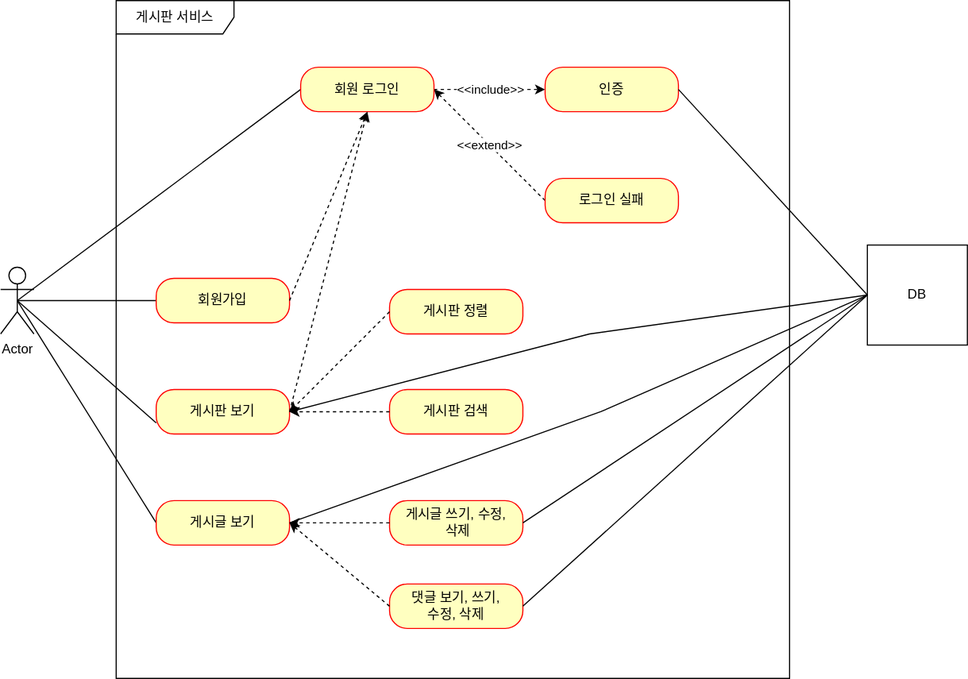
Before: document/use-case.svg, a diagram exported from draw.io (daecheolsong/board-project). Source tidied: cells renumbered, new cells last; positions are measured from the earlier drawing's top-left corner, leaving out a move shared by most shapes.
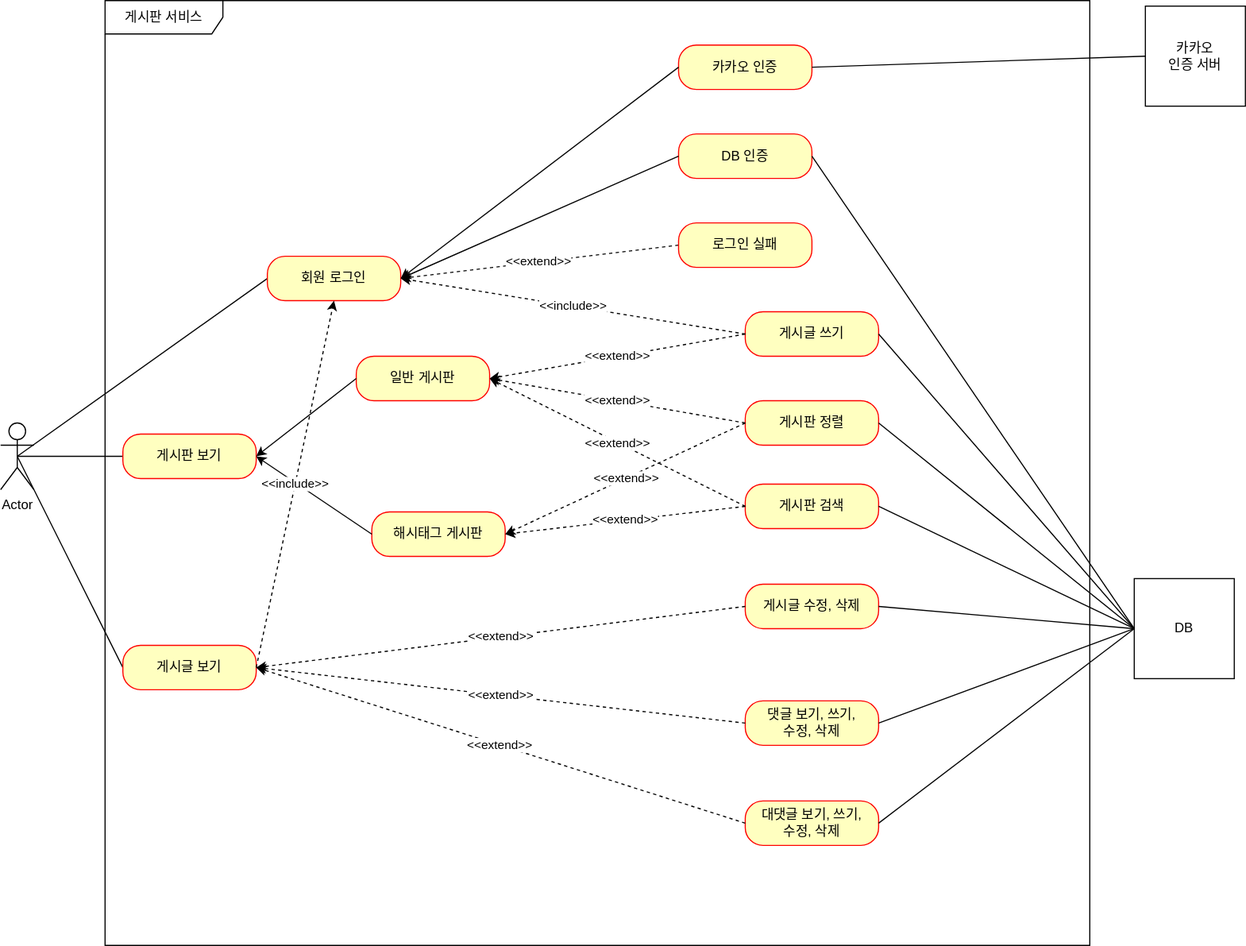
The same diagram one commit later.

Commit message:
#45 - usecase.svg: 이제까지 한것 업데이트 및 카카오  인증, 대댓글 유즈케이스 추가

What changed in the source:
```diff
@@ -2,7 +2,7 @@
   <root>
     <mxCell id="0" />
     <mxCell id="1" parent="0" />
-    <mxCell id="2" style="rounded=0;jettySize=auto;html=1;entryX=0;entryY=0.75;entryDx=0;entryDy=0;endArrow=none;endFill=0;exitX=0.5;exitY=0.5;exitDx=0;exitDy=0;exitPerimeter=0;" parent="1" edge="1" source="5" target="9">
+    <mxCell id="2" style="rounded=0;jettySize=auto;html=1;entryX=0;entryY=0.5;entryDx=0;entryDy=0;endArrow=none;endFill=0;exitX=0.5;exitY=0.5;exitDx=0;exitDy=0;exitPerimeter=0;" parent="1" edge="1" source="5" target="9">
       <mxGeometry relative="1" as="geometry" />
     </mxCell>
     <mxCell id="3" style="rounded=0;jettySize=auto;html=1;entryX=0;entryY=0.5;entryDx=0;entryDy=0;endArrow=none;endFill=0;exitX=0.5;exitY=0.5;exitDx=0;exitDy=0;exitPerimeter=0;" parent="1" edge="1" source="5" target="19">
@@ -12,93 +12,127 @@
       <mxGeometry relative="1" as="geometry" />
     </mxCell>
     <mxCell id="5" value="Actor" style="shape=umlActor;verticalLabelPosition=bottom;verticalAlign=top;html=1;outlineConnect=0;" parent="1" vertex="1">
-      <mxGeometry y="240" width="30" height="60" as="geometry" />
+      <mxGeometry x="10" y="380" width="30" height="60" as="geometry" />
     </mxCell>
     <mxCell id="6" value="게시판 서비스" style="shape=umlFrame;whiteSpace=wrap;html=1;align=center;width=106;height=30;" parent="1" vertex="1">
-      <mxGeometry x="104" width="606" height="610" as="geometry" />
+      <mxGeometry x="104" width="886" height="850" as="geometry" />
     </mxCell>
-    <mxCell id="7" style="rounded=0;jettySize=auto;html=1;verticalAlign=middle;endArrow=none;endFill=0;entryX=0.5;entryY=0.5;entryDx=0;entryDy=0;entryPerimeter=0;" parent="1" edge="1" source="8" target="5">
-      <mxGeometry relative="1" as="geometry" />
-    </mxCell>
-    <mxCell id="8" value="회원가입" style="rounded=1;whiteSpace=wrap;html=1;arcSize=40;fontColor=#000000;fillColor=#ffffc0;strokeColor=#ff0000;" parent="1" vertex="1">
-      <mxGeometry x="140" y="250" width="120" height="40" as="geometry" />
-    </mxCell>
     <mxCell id="9" value="게시판 보기" style="rounded=1;whiteSpace=wrap;html=1;arcSize=40;fontColor=#000000;fillColor=#ffffc0;strokeColor=#ff0000;" parent="1" vertex="1">
-      <mxGeometry x="140" y="350" width="120" height="40" as="geometry" />
+      <mxGeometry x="120" y="390" width="120" height="40" as="geometry" />
     </mxCell>
     <mxCell id="10" value="&amp;lt;&amp;lt;extend&amp;gt;&amp;gt;" style="rounded=0;jettySize=auto;html=1;exitX=0;exitY=0.5;exitDx=0;exitDy=0;startArrow=none;startFill=0;dashed=1;endArrow=classic;endFill=1;entryX=1;entryY=0.5;entryDx=0;entryDy=0;" parent="1" edge="1" source="11" target="13">
       <mxGeometry relative="1" as="geometry" />
     </mxCell>
     <mxCell id="11" value="로그인 실패" style="rounded=1;whiteSpace=wrap;html=1;arcSize=40;fontColor=#000000;fillColor=#ffffc0;strokeColor=#ff0000;" parent="1" vertex="1">
-      <mxGeometry x="490" y="160" width="120" height="40" as="geometry" />
+      <mxGeometry x="620" y="200" width="120" height="40" as="geometry" />
     </mxCell>
-    <mxCell id="12" value="&amp;lt;&amp;lt;include&amp;gt;&amp;gt;" style="rounded=0;jettySize=auto;html=1;exitX=1;exitY=0.5;exitDx=0;exitDy=0;entryX=0;entryY=0.5;entryDx=0;entryDy=0;endArrow=classic;endFill=1;dashed=1;" parent="1" edge="1" source="13" target="14">
-      <mxGeometry relative="1" as="geometry" />
-    </mxCell>
     <mxCell id="13" value="회원 로그인" style="rounded=1;whiteSpace=wrap;html=1;arcSize=40;fontColor=#000000;fillColor=#ffffc0;strokeColor=#ff0000;" parent="1" vertex="1">
-      <mxGeometry x="270" y="60" width="120" height="40" as="geometry" />
+      <mxGeometry x="250" y="230" width="120" height="40" as="geometry" />
     </mxCell>
-    <mxCell id="14" value="인증" style="rounded=1;whiteSpace=wrap;html=1;arcSize=40;fontColor=#000000;fillColor=#ffffc0;strokeColor=#ff0000;" parent="1" vertex="1">
-      <mxGeometry x="490" y="60" width="120" height="40" as="geometry" />
+    <mxCell id="14" value="DB 인증" style="rounded=1;whiteSpace=wrap;html=1;arcSize=40;fontColor=#000000;fillColor=#ffffc0;strokeColor=#ff0000;" parent="1" vertex="1">
+      <mxGeometry x="620" y="120" width="120" height="40" as="geometry" />
     </mxCell>
     <mxCell id="15" value="게시판 정렬" style="rounded=1;whiteSpace=wrap;html=1;arcSize=40;fontColor=#000000;fillColor=#ffffc0;strokeColor=#ff0000;" parent="1" vertex="1">
-      <mxGeometry x="350" y="260" width="120" height="40" as="geometry" />
+      <mxGeometry x="680" y="360" width="120" height="40" as="geometry" />
     </mxCell>
     <mxCell id="16" value="게시판 검색" style="rounded=1;whiteSpace=wrap;html=1;arcSize=40;fontColor=#000000;fillColor=#ffffc0;strokeColor=#ff0000;" parent="1" vertex="1">
-      <mxGeometry x="350" y="350" width="120" height="40" as="geometry" />
+      <mxGeometry x="680" y="435" width="120" height="40" as="geometry" />
     </mxCell>
-    <mxCell id="17" value="게시글 쓰기, 수정,&lt;br&gt;&amp;nbsp;삭제" style="rounded=1;whiteSpace=wrap;html=1;arcSize=40;fontColor=#000000;fillColor=#ffffc0;strokeColor=#ff0000;" parent="1" vertex="1">
-      <mxGeometry x="350" y="450" width="120" height="40" as="geometry" />
+    <mxCell id="17" value="게시글 수정, 삭제" style="rounded=1;whiteSpace=wrap;html=1;arcSize=40;fontColor=#000000;fillColor=#ffffc0;strokeColor=#ff0000;" parent="1" vertex="1">
+      <mxGeometry x="680" y="525" width="120" height="40" as="geometry" />
     </mxCell>
     <mxCell id="18" value="댓글 보기, 쓰기,&lt;br&gt;수정, 삭제" style="rounded=1;whiteSpace=wrap;html=1;arcSize=40;fontColor=#000000;fillColor=#ffffc0;strokeColor=#ff0000;" parent="1" vertex="1">
-      <mxGeometry x="350" y="525" width="120" height="40" as="geometry" />
+      <mxGeometry x="680" y="630" width="120" height="40" as="geometry" />
     </mxCell>
     <mxCell id="19" value="게시글 보기" style="rounded=1;whiteSpace=wrap;html=1;arcSize=40;fontColor=#000000;fillColor=#ffffc0;strokeColor=#ff0000;" parent="1" vertex="1">
-      <mxGeometry x="140" y="450" width="120" height="40" as="geometry" />
+      <mxGeometry x="120" y="580" width="120" height="40" as="geometry" />
     </mxCell>
-    <mxCell id="20" style="rounded=0;jettySize=auto;html=1;dashed=1;exitX=1;exitY=0.5;exitDx=0;exitDy=0;entryX=0.5;entryY=1;entryDx=0;entryDy=0;" parent="1" edge="1" source="8" target="13">
-      <mxGeometry relative="1" as="geometry" />
-    </mxCell>
-    <mxCell id="21" style="rounded=0;jettySize=auto;html=1;dashed=1;exitX=1;exitY=0.5;exitDx=0;exitDy=0;entryX=0.5;entryY=1;entryDx=0;entryDy=0;" parent="1" edge="1" source="9" target="13">
-      <mxGeometry relative="1" as="geometry" />
-    </mxCell>
-    <mxCell id="22" style="rounded=0;jettySize=auto;html=1;dashed=1;exitX=0;exitY=0.5;exitDx=0;exitDy=0;entryX=1;entryY=0.5;entryDx=0;entryDy=0;" parent="1" edge="1" source="15" target="9">
+    <mxCell id="22" value="&lt;span style=&quot;color: rgb(0, 0, 0); font-family: Helvetica; font-size: 11px; font-style: normal; font-variant-ligatures: normal; font-variant-caps: normal; font-weight: 400; letter-spacing: normal; orphans: 2; text-align: center; text-indent: 0px; text-transform: none; widows: 2; word-spacing: 0px; -webkit-text-stroke-width: 0px; background-color: rgb(255, 255, 255); text-decoration-thickness: initial; text-decoration-style: initial; text-decoration-color: initial; float: none; display: inline !important;&quot;&gt;&amp;lt;&amp;lt;extend&amp;gt;&amp;gt;&lt;/span&gt;" style="rounded=0;jettySize=auto;html=1;dashed=1;exitX=0;exitY=0.5;exitDx=0;exitDy=0;entryX=1;entryY=0.5;entryDx=0;entryDy=0;" parent="1" edge="1" source="15" target="35">
       <mxGeometry relative="1" as="geometry" />
     </mxCell>
-    <mxCell id="23" style="rounded=0;jettySize=auto;html=1;dashed=1;exitX=0;exitY=0.5;exitDx=0;exitDy=0;entryX=1;entryY=0.5;entryDx=0;entryDy=0;" parent="1" edge="1" source="16" target="9">
+    <mxCell id="23" value="&amp;lt;&amp;lt;extend&amp;gt;&amp;gt;" style="rounded=0;jettySize=auto;html=1;dashed=1;exitX=0;exitY=0.5;exitDx=0;exitDy=0;entryX=1;entryY=0.5;entryDx=0;entryDy=0;" parent="1" edge="1" source="16" target="35">
       <mxGeometry relative="1" as="geometry" />
     </mxCell>
-    <mxCell id="24" style="rounded=0;jettySize=auto;html=1;dashed=1;exitX=0;exitY=0.5;exitDx=0;exitDy=0;entryX=1;entryY=0.5;entryDx=0;entryDy=0;" parent="1" edge="1" source="17" target="19">
+    <mxCell id="24" value="&lt;span style=&quot;color: rgb(0, 0, 0); font-family: Helvetica; font-size: 11px; font-style: normal; font-variant-ligatures: normal; font-variant-caps: normal; font-weight: 400; letter-spacing: normal; orphans: 2; text-align: center; text-indent: 0px; text-transform: none; widows: 2; word-spacing: 0px; -webkit-text-stroke-width: 0px; background-color: rgb(255, 255, 255); text-decoration-thickness: initial; text-decoration-style: initial; text-decoration-color: initial; float: none; display: inline !important;&quot;&gt;&amp;lt;&amp;lt;extend&amp;gt;&amp;gt;&lt;/span&gt;" style="rounded=0;jettySize=auto;html=1;dashed=1;exitX=0;exitY=0.5;exitDx=0;exitDy=0;entryX=1;entryY=0.5;entryDx=0;entryDy=0;" parent="1" edge="1" source="17" target="19">
       <mxGeometry relative="1" as="geometry" />
     </mxCell>
-    <mxCell id="25" style="rounded=0;jettySize=auto;html=1;dashed=1;exitX=0;exitY=0.5;exitDx=0;exitDy=0;entryX=1;entryY=0.5;entryDx=0;entryDy=0;" parent="1" edge="1" source="18" target="19">
+    <mxCell id="25" value="&lt;span style=&quot;color: rgb(0, 0, 0); font-family: Helvetica; font-size: 11px; font-style: normal; font-variant-ligatures: normal; font-variant-caps: normal; font-weight: 400; letter-spacing: normal; orphans: 2; text-align: center; text-indent: 0px; text-transform: none; widows: 2; word-spacing: 0px; -webkit-text-stroke-width: 0px; background-color: rgb(255, 255, 255); text-decoration-thickness: initial; text-decoration-style: initial; text-decoration-color: initial; float: none; display: inline !important;&quot;&gt;&amp;lt;&amp;lt;extend&amp;gt;&amp;gt;&lt;/span&gt;" style="rounded=0;jettySize=auto;html=1;dashed=1;exitX=0;exitY=0.5;exitDx=0;exitDy=0;entryX=1;entryY=0.5;entryDx=0;entryDy=0;" parent="1" edge="1" source="18" target="19">
       <mxGeometry relative="1" as="geometry" />
     </mxCell>
     <mxCell id="26" value="DB" style="html=1;whiteSpace=wrap;" parent="1" vertex="1">
-      <mxGeometry x="780" y="220" width="90" height="90" as="geometry" />
+      <mxGeometry x="1030" y="520" width="90" height="90" as="geometry" />
     </mxCell>
     <mxCell id="27" style="rounded=0;jettySize=auto;html=1;exitX=1;exitY=0.5;exitDx=0;exitDy=0;entryX=0;entryY=0.5;entryDx=0;entryDy=0;endArrow=none;endFill=0;" parent="1" edge="1" source="14" target="26">
       <mxGeometry relative="1" as="geometry" />
     </mxCell>
-    <mxCell id="28" style="rounded=0;jettySize=auto;html=1;exitX=1;exitY=0.5;exitDx=0;exitDy=0;endArrow=none;endFill=0;entryX=0;entryY=0.5;entryDx=0;entryDy=0;" parent="1" edge="1" source="9" target="26">
-      <mxGeometry relative="1" as="geometry">
-        <Array as="points">
-          <mxPoint x="530" y="300" />
-        </Array>
-      </mxGeometry>
-    </mxCell>
-    <mxCell id="29" style="rounded=0;jettySize=auto;html=1;endArrow=none;endFill=0;exitX=1;exitY=0.5;exitDx=0;exitDy=0;entryX=0;entryY=0.5;entryDx=0;entryDy=0;" parent="1" edge="1" source="19" target="26">
-      <mxGeometry relative="1" as="geometry">
-        <Array as="points">
-          <mxPoint x="540" y="370" />
-        </Array>
-      </mxGeometry>
-    </mxCell>
     <mxCell id="30" style="rounded=0;jettySize=auto;html=1;exitX=1;exitY=0.5;exitDx=0;exitDy=0;endArrow=none;endFill=0;entryX=0;entryY=0.5;entryDx=0;entryDy=0;" parent="1" edge="1" source="17" target="26">
       <mxGeometry relative="1" as="geometry" />
     </mxCell>
     <mxCell id="31" style="rounded=0;jettySize=auto;html=1;endArrow=none;endFill=0;entryX=0;entryY=0.5;entryDx=0;entryDy=0;exitX=1;exitY=0.5;exitDx=0;exitDy=0;" parent="1" edge="1" source="18" target="26">
       <mxGeometry relative="1" as="geometry" />
     </mxCell>
+    <mxCell id="32" value="게시글 쓰기" style="rounded=1;whiteSpace=wrap;html=1;arcSize=40;fontColor=#000000;fillColor=#ffffc0;strokeColor=#ff0000;" parent="1" vertex="1">
+      <mxGeometry x="680" y="280" width="120" height="40" as="geometry" />
+    </mxCell>
+    <mxCell id="33" style="endArrow=none;html=1;rounded=0;exitX=1;exitY=0.5;exitDx=0;exitDy=0;entryX=0;entryY=0.5;entryDx=0;entryDy=0;" parent="1" edge="1" source="32" target="26">
+      <mxGeometry relative="1" as="geometry" />
+    </mxCell>
+    <mxCell id="34" style="endArrow=none;html=1;rounded=0;exitX=1;exitY=0.5;exitDx=0;exitDy=0;entryX=0;entryY=0.5;entryDx=0;entryDy=0;" parent="1" edge="1" source="16" target="26">
+      <mxGeometry relative="1" as="geometry" />
+    </mxCell>
+    <mxCell id="35" value="일반 게시판" style="rounded=1;whiteSpace=wrap;html=1;arcSize=40;fontColor=#000000;fillColor=#ffffc0;strokeColor=#ff0000;" parent="1" vertex="1">
+      <mxGeometry x="330" y="320" width="120" height="40" as="geometry" />
+    </mxCell>
+    <mxCell id="36" value="해시태그 게시판" style="rounded=1;whiteSpace=wrap;html=1;arcSize=40;fontColor=#000000;fillColor=#ffffc0;strokeColor=#ff0000;" parent="1" vertex="1">
+      <mxGeometry x="344" y="460" width="120" height="40" as="geometry" />
+    </mxCell>
+    <mxCell id="37" style="endArrow=classic;html=1;rounded=0;exitX=0;exitY=0.5;exitDx=0;exitDy=0;entryX=1;entryY=0.5;entryDx=0;entryDy=0;" parent="1" edge="1" source="35" target="9">
+      <mxGeometry relative="1" as="geometry" />
+    </mxCell>
+    <mxCell id="38" style="endArrow=classic;html=1;rounded=0;exitX=0;exitY=0.5;exitDx=0;exitDy=0;entryX=1;entryY=0.5;entryDx=0;entryDy=0;" parent="1" edge="1" source="36" target="9">
+      <mxGeometry relative="1" as="geometry" />
+    </mxCell>
+    <mxCell id="39" value="&amp;lt;&amp;lt;extend&amp;gt;&amp;gt;" style="rounded=0;jettySize=auto;html=1;dashed=1;exitX=0;exitY=0.5;exitDx=0;exitDy=0;entryX=1;entryY=0.5;entryDx=0;entryDy=0;" parent="1" edge="1" source="32" target="35">
+      <mxGeometry relative="1" as="geometry" />
+    </mxCell>
+    <mxCell id="40" value="&amp;lt;&amp;lt;extend&amp;gt;&amp;gt;" style="rounded=0;jettySize=auto;html=1;dashed=1;exitX=0;exitY=0.5;exitDx=0;exitDy=0;entryX=1;entryY=0.5;entryDx=0;entryDy=0;" parent="1" edge="1" source="15" target="36">
+      <mxGeometry relative="1" as="geometry" />
+    </mxCell>
+    <mxCell id="41" value="대댓글 보기, 쓰기,&lt;br&gt;수정, 삭제" style="rounded=1;whiteSpace=wrap;html=1;arcSize=40;fontColor=#000000;fillColor=#ffffc0;strokeColor=#ff0000;" parent="1" vertex="1">
+      <mxGeometry x="680" y="720" width="120" height="40" as="geometry" />
+    </mxCell>
+    <mxCell id="42" style="rounded=0;jettySize=auto;html=1;endArrow=none;endFill=0;exitX=1;exitY=0.5;exitDx=0;exitDy=0;entryX=0;entryY=0.5;entryDx=0;entryDy=0;" parent="1" edge="1" source="41" target="26">
+      <mxGeometry relative="1" as="geometry" />
+    </mxCell>
+    <mxCell id="43" value="&lt;span style=&quot;color: rgb(0, 0, 0); font-family: Helvetica; font-size: 11px; font-style: normal; font-variant-ligatures: normal; font-variant-caps: normal; font-weight: 400; letter-spacing: normal; orphans: 2; text-align: center; text-indent: 0px; text-transform: none; widows: 2; word-spacing: 0px; -webkit-text-stroke-width: 0px; background-color: rgb(255, 255, 255); text-decoration-thickness: initial; text-decoration-style: initial; text-decoration-color: initial; float: none; display: inline !important;&quot;&gt;&amp;lt;&amp;lt;extend&amp;gt;&amp;gt;&lt;/span&gt;" style="rounded=0;jettySize=auto;html=1;dashed=1;exitX=0;exitY=0.5;exitDx=0;exitDy=0;entryX=1;entryY=0.5;entryDx=0;entryDy=0;" parent="1" edge="1" source="41" target="19">
+      <mxGeometry relative="1" as="geometry" />
+    </mxCell>
+    <mxCell id="44" value="&amp;lt;&amp;lt;include&amp;gt;&amp;gt;" style="rounded=0;jettySize=auto;html=1;dashed=1;entryX=0.5;entryY=1;entryDx=0;entryDy=0;exitX=1;exitY=0.5;exitDx=0;exitDy=0;" parent="1" edge="1" source="19" target="13">
+      <mxGeometry relative="1" as="geometry" />
+    </mxCell>
+    <mxCell id="45" value="&amp;lt;&amp;lt;extend&amp;gt;&amp;gt;" style="rounded=0;jettySize=auto;html=1;dashed=1;exitX=0;exitY=0.5;exitDx=0;exitDy=0;entryX=1;entryY=0.5;entryDx=0;entryDy=0;" parent="1" edge="1" source="16" target="36">
+      <mxGeometry relative="1" as="geometry" />
+    </mxCell>
+    <mxCell id="46" value="&amp;lt;&amp;lt;include&amp;gt;&amp;gt;" style="rounded=0;jettySize=auto;html=1;exitX=0;exitY=0.5;exitDx=0;exitDy=0;entryX=1;entryY=0.5;entryDx=0;entryDy=0;endArrow=classic;endFill=1;dashed=1;" parent="1" edge="1" source="32" target="13">
+      <mxGeometry relative="1" as="geometry" />
+    </mxCell>
+    <mxCell id="47" style="endArrow=none;html=1;rounded=0;exitX=1;exitY=0.5;exitDx=0;exitDy=0;entryX=0;entryY=0.5;entryDx=0;entryDy=0;" parent="1" edge="1" source="15" target="26">
+      <mxGeometry relative="1" as="geometry" />
+    </mxCell>
+    <mxCell id="48" value="카카오 인증" style="rounded=1;whiteSpace=wrap;html=1;arcSize=40;fontColor=#000000;fillColor=#ffffc0;strokeColor=#ff0000;" parent="1" vertex="1">
+      <mxGeometry x="620" y="40" width="120" height="40" as="geometry" />
+    </mxCell>
+    <mxCell id="49" value="카카오&lt;br&gt;인증 서버" style="html=1;whiteSpace=wrap;" parent="1" vertex="1">
+      <mxGeometry x="1040" y="5" width="90" height="90" as="geometry" />
+    </mxCell>
+    <mxCell id="50" style="endArrow=none;html=1;rounded=0;entryX=0;entryY=0.5;entryDx=0;entryDy=0;exitX=1;exitY=0.5;exitDx=0;exitDy=0;" parent="1" edge="1" source="48" target="49">
+      <mxGeometry relative="1" as="geometry" />
+    </mxCell>
+    <mxCell id="51" style="endArrow=classic;html=1;rounded=0;exitX=0;exitY=0.5;exitDx=0;exitDy=0;entryX=1;entryY=0.5;entryDx=0;entryDy=0;" parent="1" edge="1" source="48" target="13">
+      <mxGeometry relative="1" as="geometry" />
+    </mxCell>
+    <mxCell id="52" style="endArrow=classic;html=1;rounded=0;exitX=0;exitY=0.5;exitDx=0;exitDy=0;entryX=1;entryY=0.5;entryDx=0;entryDy=0;" parent="1" edge="1" source="14" target="13">
+      <mxGeometry relative="1" as="geometry" />
+    </mxCell>
   </root>
 </mxGraphModel>
```
